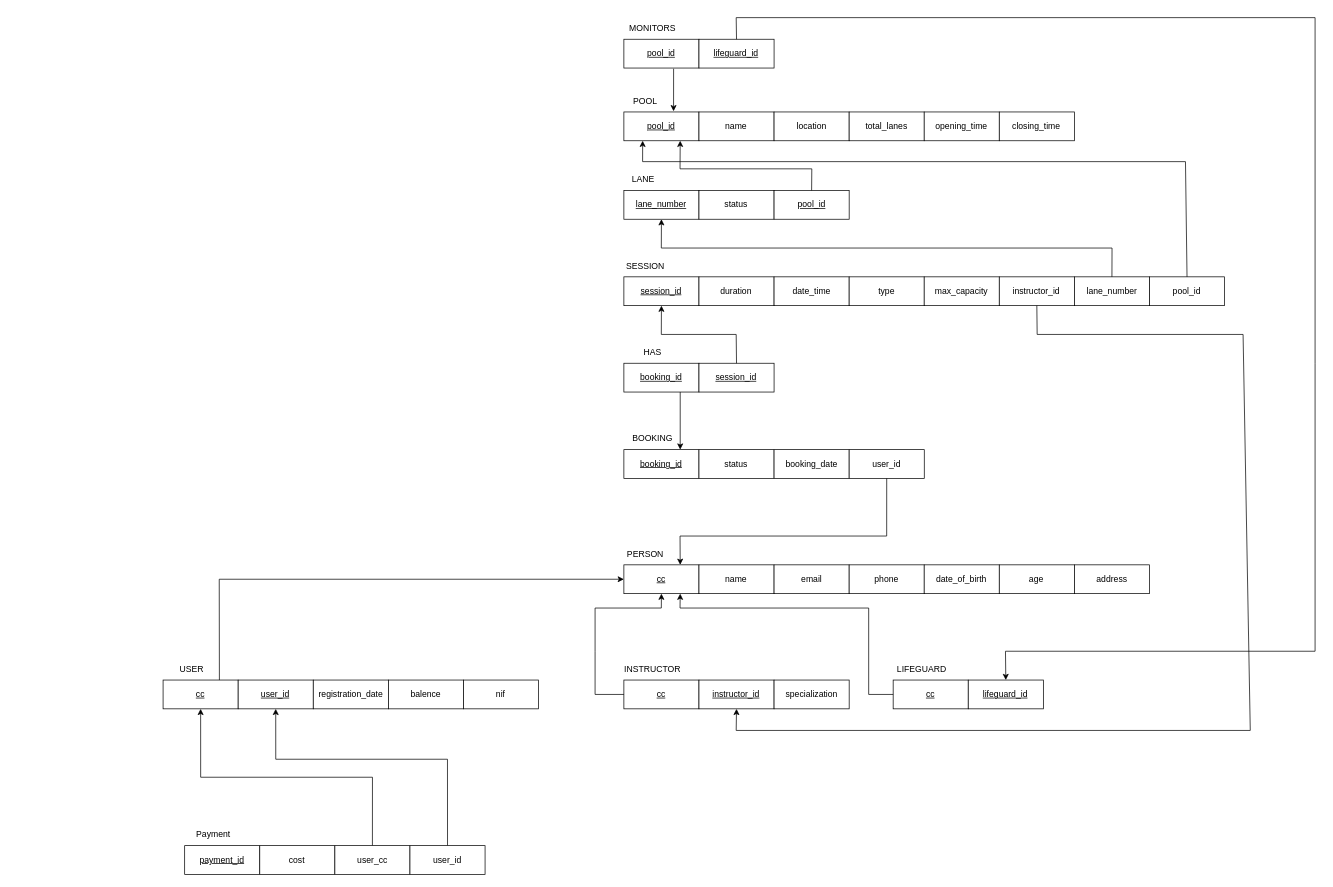
Earlier version of the draw.io diagram doc/projectBD_ER.drawio (martacruzz/BD-project). Source tidied: cells renumbered, new cells numbered last; positions are measured from the earlier drawing's top-left corner, leaving out a move shared by most shapes. Both pictures are drawn from the tidied source at 72%, with x=0, y=0 at pixel (163, 17).
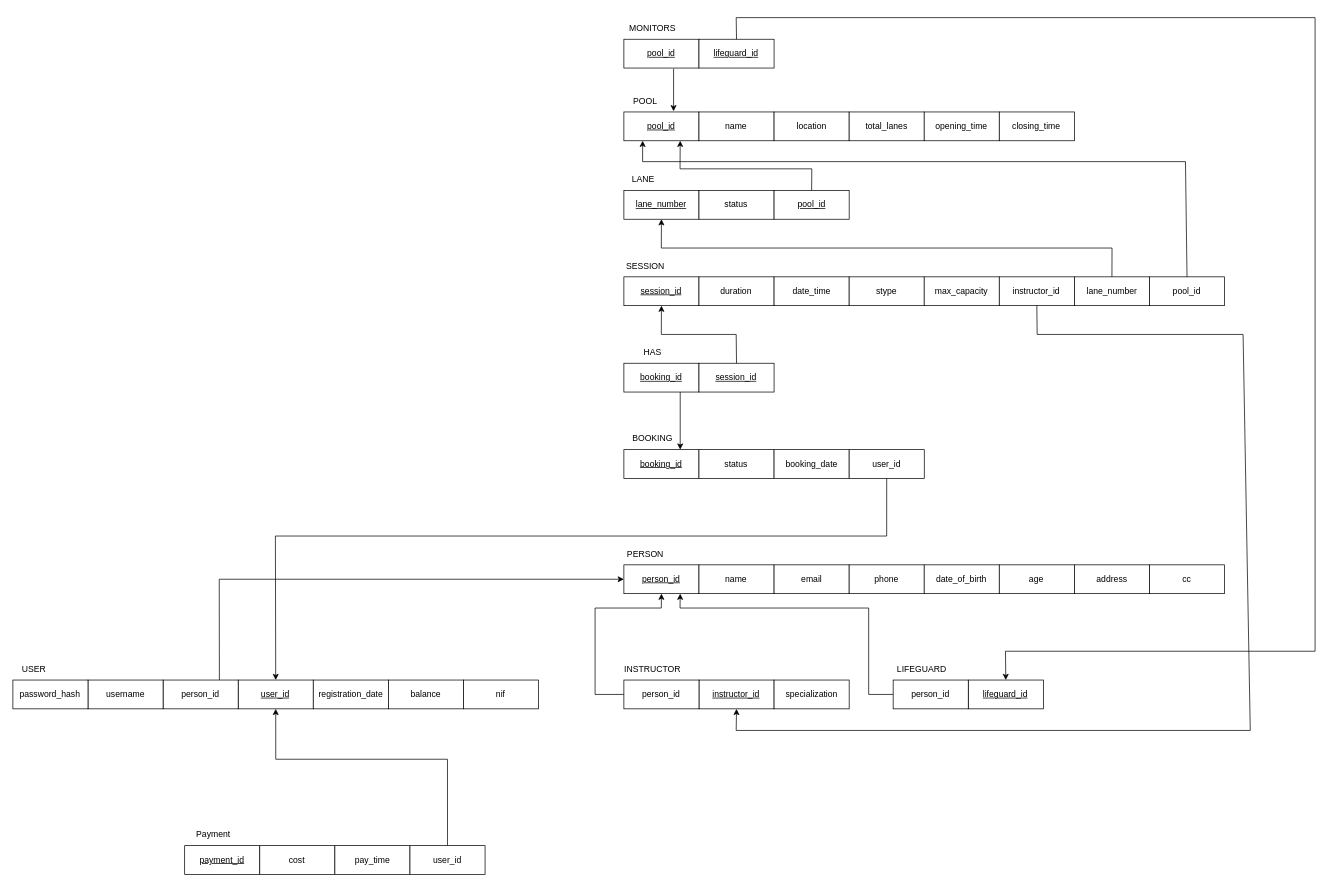
The same diagram, later.

The change refers to these unchanged cells:
```xml
<mxCell id="3" style="group;" parent="1" vertex="1">
  <mxGeometry x="640" y="760" width="730" height="40" as="geometry" />
</mxCell>
<mxCell id="22" value="&lt;u&gt;user_id&lt;/u&gt;" style="rounded=0;whiteSpace=wrap;html=1;" parent="1" vertex="1">
  <mxGeometry x="104.3" y="920" width="104.3" height="40" as="geometry" />
</mxCell>
<mxCell id="30" value="user_id" style="rounded=0;whiteSpace=wrap;html=1;" parent="1" vertex="1">
  <mxGeometry x="952.9" y="600" width="104.3" height="40" as="geometry" />
</mxCell>
```

Diff of the diagram source:
```diff
@@
-    <mxCell id="4" value="&lt;u&gt;cc&lt;/u&gt;" style="rounded=0;whiteSpace=wrap;html=1;" parent="3" vertex="1">
+    <mxCell id="4" value="&lt;u&gt;person_id&lt;/u&gt;" style="rounded=0;whiteSpace=wrap;html=1;" parent="3" vertex="1">
       <mxGeometry width="104.3" height="40" as="geometry" />
     </mxCell>
@@
-    <mxCell id="12" value="&lt;u&gt;cc&lt;/u&gt;" style="rounded=0;whiteSpace=wrap;html=1;" parent="1" vertex="1">
-      <mxGeometry x="640" y="920" width="104.3" height="40" as="geometry" />
-    </mxCell>
@@
-    <mxCell id="15" style="endArrow=classic;html=1;rounded=0;exitX=0;exitY=0.5;exitDx=0;exitDy=0;entryX=0.5;entryY=1;entryDx=0;entryDy=0;" parent="1" edge="1" source="12" target="4">
+    <mxCell id="15" style="endArrow=classic;html=1;rounded=0;exitX=0;exitY=0.5;exitDx=0;exitDy=0;entryX=0.5;entryY=1;entryDx=0;entryDy=0;" parent="1" edge="1" target="4">
       <mxGeometry relative="1" as="geometry">
+        <mxPoint x="640" y="940" as="sourcePoint" />
         <Array as="points">
           <mxPoint x="600" y="940" />
           <mxPoint x="600" y="880" />
           <mxPoint x="600" y="820" />
           <mxPoint x="692" y="820" />
         </Array>
       </mxGeometry>
     </mxCell>
@@
-    <mxCell id="17" value="&lt;u&gt;cc&lt;/u&gt;" style="rounded=0;whiteSpace=wrap;html=1;" parent="1" vertex="1">
-      <mxGeometry x="1014" y="920" width="104.3" height="40" as="geometry" />
-    </mxCell>
@@
-    <mxCell id="19" style="endArrow=classic;html=1;rounded=0;exitX=0;exitY=0.5;exitDx=0;exitDy=0;entryX=0.75;entryY=1;entryDx=0;entryDy=0;" parent="1" edge="1" source="17" target="4">
+    <mxCell id="19" style="endArrow=classic;html=1;rounded=0;exitX=0;exitY=0.5;exitDx=0;exitDy=0;entryX=0.75;entryY=1;entryDx=0;entryDy=0;" parent="1" edge="1" target="4">
       <mxGeometry relative="1" as="geometry">
+        <mxPoint x="1014" y="940" as="sourcePoint" />
         <Array as="points">
           <mxPoint x="980" y="940" />
           <mxPoint x="980" y="820" />
           <mxPoint x="718" y="820" />
         </Array>
       </mxGeometry>
     </mxCell>
     <mxCell id="20" value="USER" style="text;html=1;align=center;verticalAlign=middle;whiteSpace=wrap;rounded=0;" parent="1" vertex="1">
-      <mxGeometry x="10" y="890" width="60" height="30" as="geometry" />
+      <mxGeometry x="-208.6" y="890" width="60" height="30" as="geometry" />
     </mxCell>
-    <mxCell id="21" value="&lt;u&gt;cc&lt;/u&gt;" style="rounded=0;whiteSpace=wrap;html=1;" parent="1" vertex="1">
-      <mxGeometry y="920" width="104.3" height="40" as="geometry" />
-    </mxCell>
@@
-    <mxCell id="24" value="balence" style="rounded=0;whiteSpace=wrap;html=1;" parent="1" vertex="1">
+    <mxCell id="24" value="balance" style="rounded=0;whiteSpace=wrap;html=1;" parent="1" vertex="1">
       <mxGeometry x="312.9" y="920" width="104.3" height="40" as="geometry" />
     </mxCell>
-    <mxCell id="25" style="endArrow=classic;html=1;rounded=0;exitX=0.75;exitY=0;exitDx=0;exitDy=0;entryX=0;entryY=0.5;entryDx=0;entryDy=0;" parent="1" edge="1" source="21" target="4">
+    <mxCell id="25" style="endArrow=classic;html=1;rounded=0;exitX=0.75;exitY=0;exitDx=0;exitDy=0;entryX=0;entryY=0.5;entryDx=0;entryDy=0;" parent="1" edge="1" target="4">
       <mxGeometry relative="1" as="geometry">
+        <mxPoint x="78.2" y="920" as="sourcePoint" />
         <Array as="points">
           <mxPoint x="78" y="780" />
         </Array>
       </mxGeometry>
     </mxCell>
@@
-    <mxCell id="31" style="endArrow=classic;html=1;rounded=0;exitX=0.5;exitY=1;exitDx=0;exitDy=0;entryX=0.75;entryY=0;entryDx=0;entryDy=0;" parent="1" edge="1" source="30" target="4">
+    <mxCell id="31" style="endArrow=classic;html=1;rounded=0;exitX=0.5;exitY=1;exitDx=0;exitDy=0;entryX=0.5;entryY=0;entryDx=0;entryDy=0;" parent="1" edge="1" source="30" target="22">
       <mxGeometry relative="1" as="geometry">
         <Array as="points">
           <mxPoint x="1005" y="720" />
           <mxPoint x="718" y="720" />
+          <mxPoint x="156" y="720" />
         </Array>
       </mxGeometry>
     </mxCell>
@@
-    <mxCell id="40" value="type" style="rounded=0;whiteSpace=wrap;html=1;" parent="1" vertex="1">
+    <mxCell id="40" value="stype" style="rounded=0;whiteSpace=wrap;html=1;" parent="1" vertex="1">
       <mxGeometry x="952.9" y="360" width="104.3" height="40" as="geometry" />
     </mxCell>
@@
-    <mxCell id="70" style="edgeStyle=orthogonalEdgeStyle;rounded=0;jettySize=auto;html=1;exitX=0.5;exitY=0;exitDx=0;exitDy=0;entryX=0.5;entryY=1;entryDx=0;entryDy=0;" parent="1" edge="1" source="71" target="21">
-      <mxGeometry relative="1" as="geometry" />
-    </mxCell>
-    <mxCell id="71" value="user_cc" style="rounded=0;whiteSpace=wrap;html=1;" parent="1" vertex="1">
+    <mxCell id="71" value="pay_time" style="rounded=0;whiteSpace=wrap;html=1;" parent="1" vertex="1">
       <mxGeometry x="238.6" y="1150" width="104.3" height="40" as="geometry" />
     </mxCell>
@@
+    <mxCell id="74" value="cc" style="rounded=0;whiteSpace=wrap;html=1;" parent="1" vertex="1">
+      <mxGeometry x="1370" y="760" width="104.3" height="40" as="geometry" />
+    </mxCell>
+    <mxCell id="75" value="person_id" style="rounded=0;whiteSpace=wrap;html=1;" parent="1" vertex="1">
+      <mxGeometry y="920" width="104.3" height="40" as="geometry" />
+    </mxCell>
+    <mxCell id="76" value="username" style="rounded=0;whiteSpace=wrap;html=1;" parent="1" vertex="1">
+      <mxGeometry x="-104.3" y="920" width="104.3" height="40" as="geometry" />
+    </mxCell>
+    <mxCell id="77" value="password_hash" style="rounded=0;whiteSpace=wrap;html=1;" parent="1" vertex="1">
+      <mxGeometry x="-208.6" y="920" width="104.3" height="40" as="geometry" />
+    </mxCell>
+    <mxCell id="78" value="person_id" style="rounded=0;whiteSpace=wrap;html=1;" parent="1" vertex="1">
+      <mxGeometry x="640" y="920" width="104.3" height="40" as="geometry" />
+    </mxCell>
+    <mxCell id="79" value="person_id" style="rounded=0;whiteSpace=wrap;html=1;" parent="1" vertex="1">
+      <mxGeometry x="1014" y="920" width="104.3" height="40" as="geometry" />
+    </mxCell>
```
